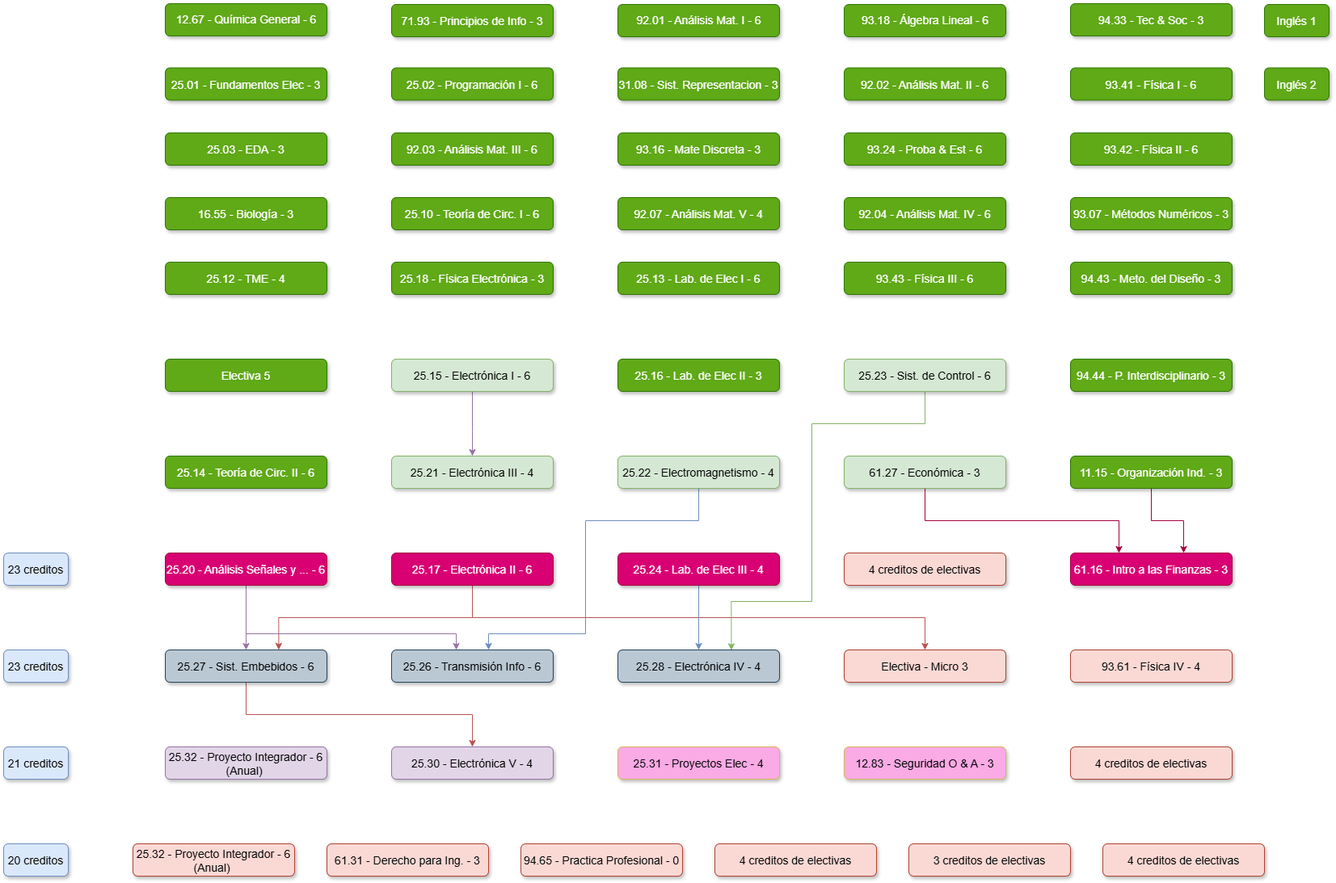
Above: K22.drawio.png in juanipla/K22 (draw.io), before the change. Source tidied: cells renumbered, new cells last; positions are measured from the earlier drawing's top-left corner, leaving out a move shared by most shapes.
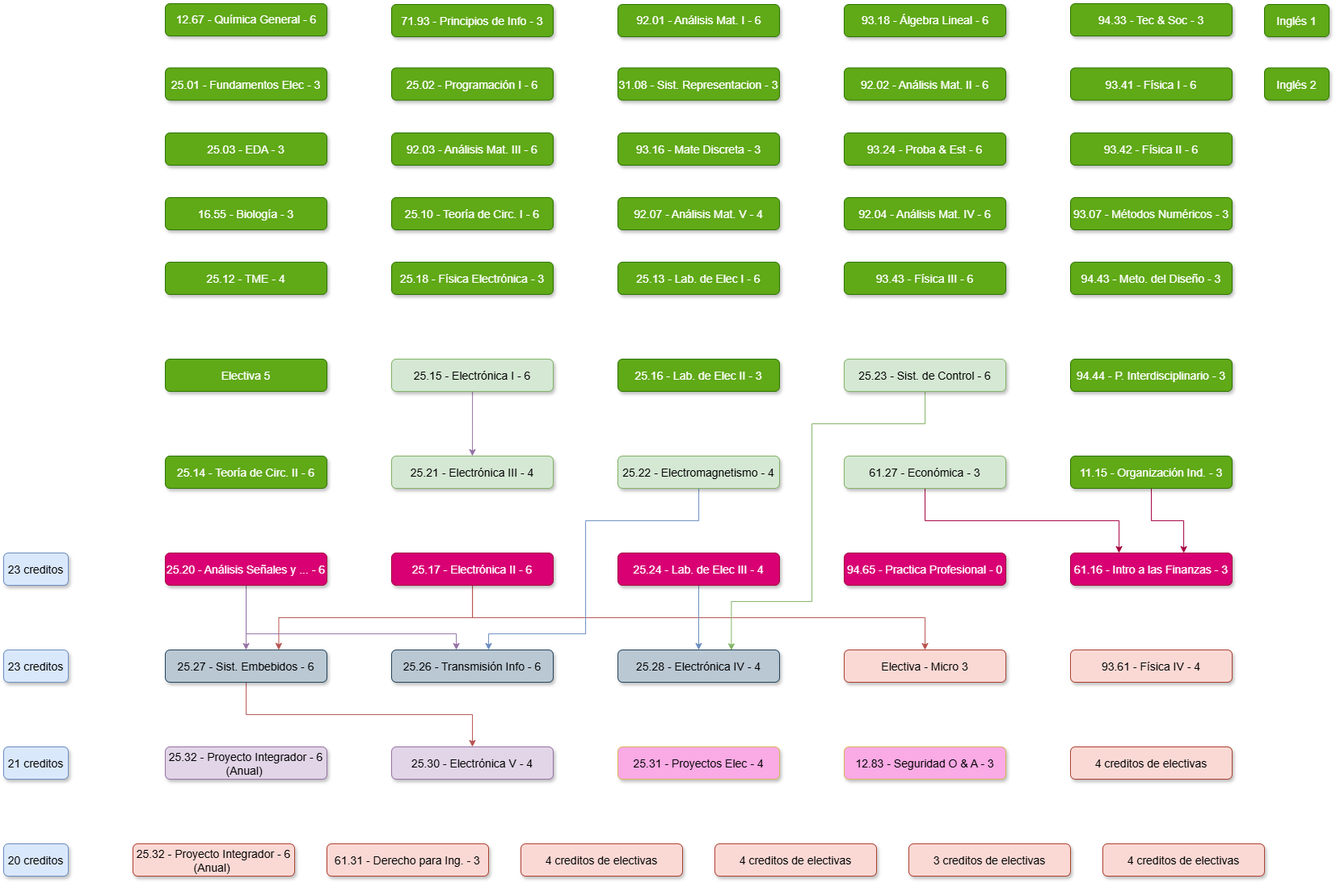
Later version of the same file.

What changed in the source:
```diff
@@ -217,8 +217,8 @@
     <mxCell id="54" value="25.10 - Teoría de Circ. I - 6" style="rounded=1;fillColor=#60a917;strokeColor=#2D7600;shadow=1;fontStyle=0;fontSize=14;labelBorderColor=none;labelBackgroundColor=none;fontColor=#ffffff;" parent="1" vertex="1">
       <mxGeometry x="480" y="240" width="200" height="40" as="geometry" />
     </mxCell>
-    <mxCell id="55" value="94.65 - Practica Profesional - 0" style="rounded=1;fillColor=#fad9d5;strokeColor=#ae4132;shadow=1;fontStyle=0;fontSize=14;labelBorderColor=none;labelBackgroundColor=none;verticalAlign=middle;" parent="1" vertex="1">
-      <mxGeometry x="640" y="1040" width="200" height="40" as="geometry" />
+    <mxCell id="55" value="94.65 - Practica Profesional - 0" style="rounded=1;fillColor=#d80073;strokeColor=#A50040;shadow=1;fontStyle=0;fontSize=14;labelBorderColor=none;labelBackgroundColor=none;verticalAlign=middle;fontColor=#ffffff;" parent="1" vertex="1">
+      <mxGeometry x="1040" y="680" width="200" height="40" as="geometry" />
     </mxCell>
     <mxCell id="56" value="Inglés 2" style="rounded=1;fillColor=#60a917;strokeColor=#2D7600;shadow=1;fontStyle=0;fontSize=14;labelBorderColor=none;labelBackgroundColor=none;verticalAlign=middle;fontColor=#ffffff;" parent="1" vertex="1">
       <mxGeometry x="1560" y="79.5" width="80" height="40" as="geometry" />
@@ -260,7 +260,7 @@
       <mxGeometry x="880" y="1040" width="200" height="40" as="geometry" />
     </mxCell>
     <mxCell id="69" value="4 creditos de electivas" style="rounded=1;fillColor=#fad9d5;strokeColor=#ae4132;shadow=1;fontStyle=0;fontSize=14;labelBorderColor=none;labelBackgroundColor=none;verticalAlign=middle;" parent="1" vertex="1">
-      <mxGeometry x="1040" y="680" width="200" height="40" as="geometry" />
+      <mxGeometry x="640" y="1040" width="200" height="40" as="geometry" />
     </mxCell>
     <mxCell id="70" value="4 creditos de electivas" style="rounded=1;fillColor=#fad9d5;strokeColor=#ae4132;shadow=1;fontStyle=0;fontSize=14;labelBorderColor=none;labelBackgroundColor=none;verticalAlign=middle;" parent="1" vertex="1">
       <mxGeometry x="1360" y="1040" width="200" height="40" as="geometry" />
```
